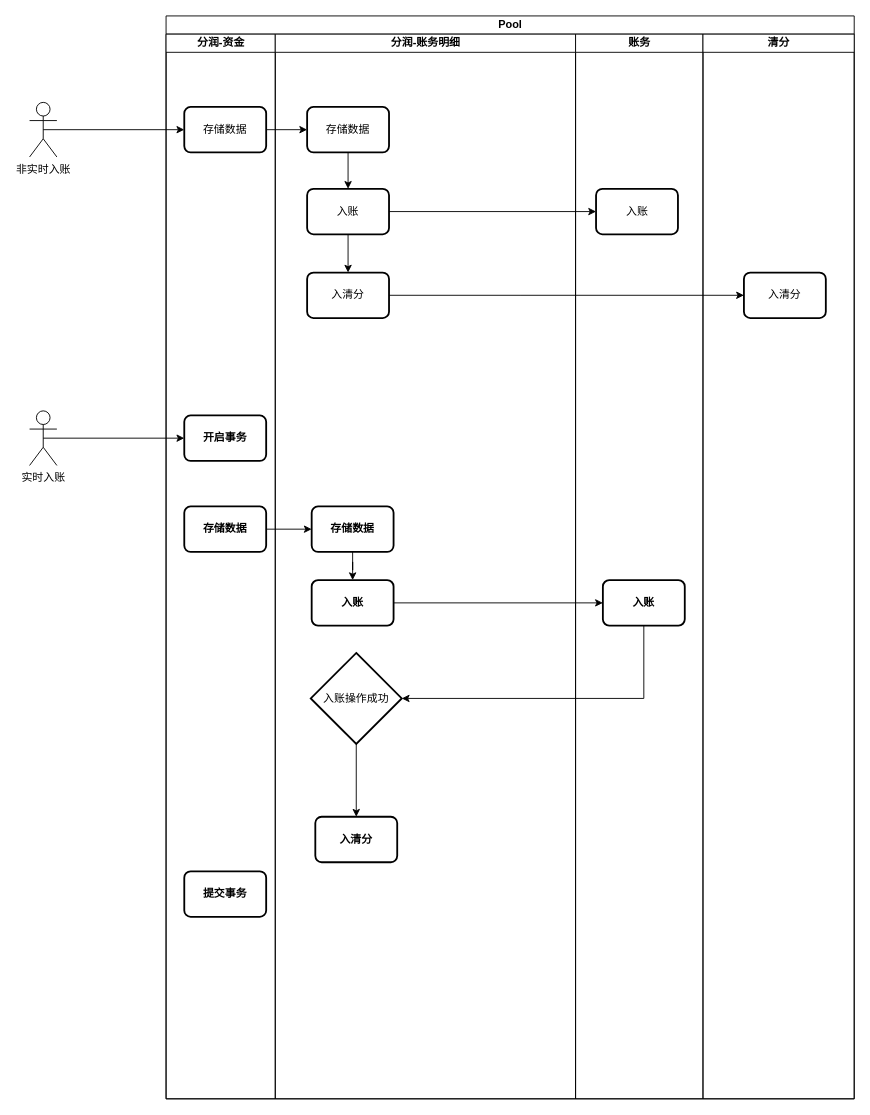
Earlier version of the draw.io diagram 分润入账-数据一致性方案.drawio (chncho/AwosomeDiagram). Source tidied: cells renumbered, new cells numbered last; positions are measured from the earlier drawing's top-left corner, leaving out a move shared by most shapes. Both pictures are drawn from the tidied source at 91%, with x=0, y=0 at pixel (29, 15).
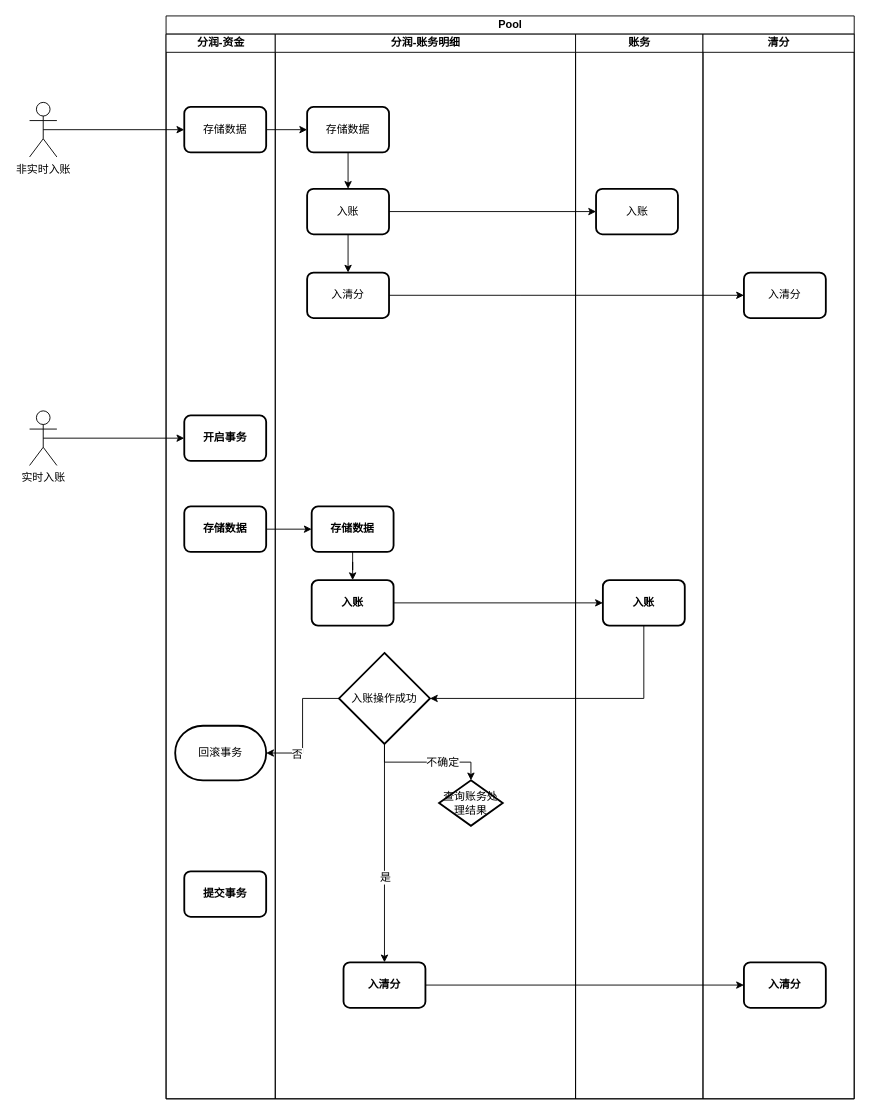
The same page after the edit.

Commit message:
更新分润入账-数据一致性方案.drawio

The change refers to these unchanged cells:
```xml
<mxCell id="2" value="Pool" style="swimlane;html=1;startSize=20;" parent="1" vertex="1">
  <mxGeometry x="150" width="756.2" height="1190" as="geometry" />
</mxCell>
<mxCell id="3" value="分润-资金" style="swimlane;html=1;startSize=20;" parent="2" vertex="1">
  <mxGeometry y="20" width="120" height="1170" as="geometry" />
</mxCell>
<mxCell id="8" value="分润-账务明细" style="swimlane;html=1;startSize=20;" parent="2" vertex="1">
  <mxGeometry x="120" y="20" width="330" height="1170" as="geometry" />
</mxCell>
<mxCell id="17" style="edgeStyle=orthogonalEdgeStyle;rounded=0;jettySize=auto;html=1;exitX=0.5;exitY=1;exitDx=0;exitDy=0;exitPerimeter=0;" parent="8" edge="1" source="18" target="19">
  <mxGeometry relative="1" as="geometry" />
</mxCell>
<mxCell id="25" value="清分" style="swimlane;html=1;startSize=20;" parent="2" vertex="1">
  <mxGeometry x="590" y="20" width="166.2" height="1170" as="geometry" />
</mxCell>
```

The edit, as a diff of the source:
```diff
@@
+    <mxCell id="35" value="回滚事务" style="strokeWidth=2;html=1;shape=mxgraph.flowchart.terminator;whiteSpace=wrap;" parent="3" vertex="1">
+      <mxGeometry x="10" y="760" width="100" height="60" as="geometry" />
+    </mxCell>
@@
+    <mxCell id="36" value="是" style="text;html=1;align=center;verticalAlign=middle;labelBackgroundColor=#ffffff;" parent="17" vertex="1">
+      <mxGeometry x="0.22" relative="1" as="geometry" />
+    </mxCell>
     <mxCell id="18" value="入账操作成功" style="strokeWidth=2;html=1;shape=mxgraph.flowchart.decision;whiteSpace=wrap;" parent="8" vertex="1">
-      <mxGeometry x="39" y="680" width="100" height="100" as="geometry" />
+      <mxGeometry x="70" y="680" width="100" height="100" as="geometry" />
     </mxCell>
     <mxCell id="19" value="入清分" style="rounded=1;whiteSpace=wrap;html=1;absoluteArcSize=1;arcSize=14;strokeWidth=2;fontStyle=1;" parent="8" vertex="1">
-      <mxGeometry x="44" y="860" width="90" height="50" as="geometry" />
+      <mxGeometry x="75" y="1020" width="90" height="50" as="geometry" />
     </mxCell>
+    <mxCell id="37" value="查询账务处理结果" style="strokeWidth=2;html=1;shape=mxgraph.flowchart.decision;whiteSpace=wrap;" parent="8" vertex="1">
+      <mxGeometry x="180" y="820" width="70" height="50" as="geometry" />
+    </mxCell>
+    <mxCell id="38" style="edgeStyle=orthogonalEdgeStyle;rounded=0;jettySize=auto;html=1;exitX=0.5;exitY=1;exitDx=0;exitDy=0;exitPerimeter=0;entryX=0.5;entryY=0;entryDx=0;entryDy=0;entryPerimeter=0;" parent="8" edge="1" source="18" target="37">
+      <mxGeometry relative="1" as="geometry" />
+    </mxCell>
+    <mxCell id="39" value="不确定" style="text;html=1;align=center;verticalAlign=middle;labelBackgroundColor=#ffffff;" parent="38" vertex="1">
+      <mxGeometry x="0.23" relative="1" as="geometry" />
+    </mxCell>
@@
+    <mxCell id="40" value="入清分" style="rounded=1;whiteSpace=wrap;html=1;absoluteArcSize=1;arcSize=14;strokeWidth=2;fontStyle=1;" parent="25" vertex="1">
+      <mxGeometry x="45" y="1020" width="90" height="50" as="geometry" />
+    </mxCell>
@@
+    <mxCell id="41" style="edgeStyle=orthogonalEdgeStyle;rounded=0;jettySize=auto;html=1;exitX=0;exitY=0.5;exitDx=0;exitDy=0;exitPerimeter=0;" parent="2" edge="1" source="18" target="35">
+      <mxGeometry relative="1" as="geometry" />
+    </mxCell>
+    <mxCell id="42" value="否" style="text;html=1;align=center;verticalAlign=middle;labelBackgroundColor=#ffffff;" parent="41" vertex="1">
+      <mxGeometry x="0.53" y="1" relative="1" as="geometry" />
+    </mxCell>
+    <mxCell id="43" style="edgeStyle=orthogonalEdgeStyle;rounded=0;jettySize=auto;html=1;" parent="2" edge="1" source="19" target="40">
+      <mxGeometry relative="1" as="geometry" />
+    </mxCell>
```
